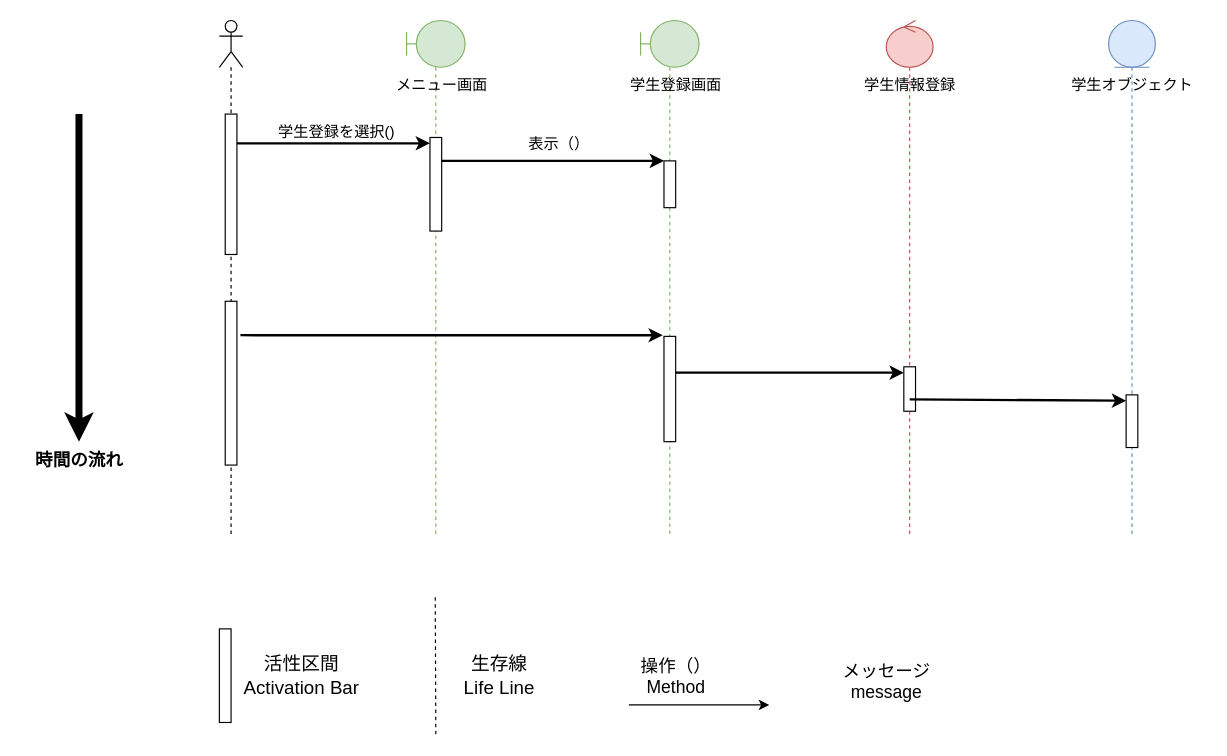
kTaiga1016/ohara_uml keeps this draw.io diagram as 05_web_ronbun/sequence.drawio. Above is the earlier version. Source tidied: cells renumbered, new cells numbered last; positions are measured from the earlier drawing's top-left corner, leaving out a move shared by most shapes. Both pictures are drawn from the tidied source at 117%, with x=0, y=0 at pixel (20, 20).
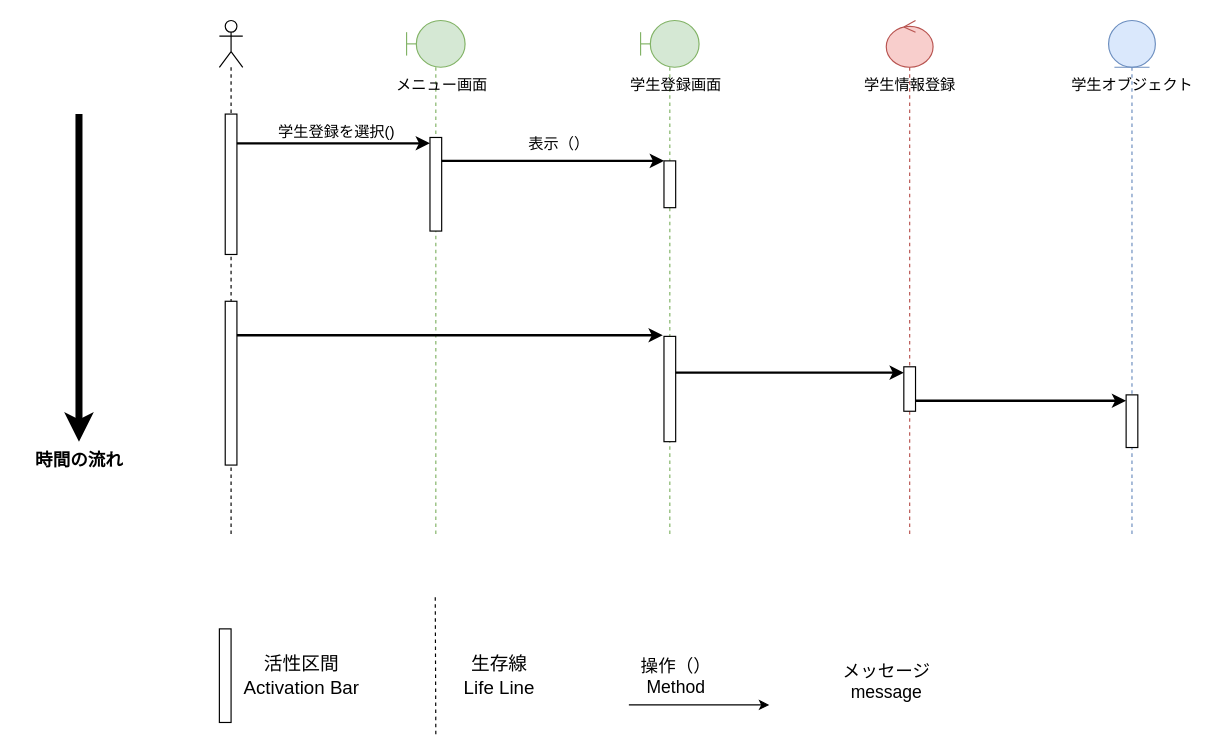
Above is the later version.

Unchanged cells that the change refers to:
```xml
<mxCell id="4" style="html=1;points=[[0,0,0,0,5],[0,1,0,0,-5],[1,0,0,0,5],[1,1,0,0,-5]];perimeter=orthogonalPerimeter;outlineConnect=0;targetShapes=umlLifeline;portConstraint=eastwest;newEdgeStyle={&quot;curved&quot;:0,&quot;rounded&quot;:0};" parent="2" vertex="1">
  <mxGeometry x="5" y="240" width="10" height="140" as="geometry" />
</mxCell>
<mxCell id="9" style="html=1;points=[[0,0,0,0,5],[0,1,0,0,-5],[1,0,0,0,5],[1,1,0,0,-5]];perimeter=orthogonalPerimeter;outlineConnect=0;targetShapes=umlLifeline;portConstraint=eastwest;newEdgeStyle={&quot;curved&quot;:0,&quot;rounded&quot;:0};" parent="7" vertex="1">
  <mxGeometry x="20" y="270" width="10" height="90" as="geometry" />
</mxCell>
<mxCell id="10" style="shape=umlLifeline;perimeter=lifelinePerimeter;whiteSpace=wrap;html=1;outlineConnect=0;portConstraint=eastwest;newEdgeStyle={&quot;curved&quot;:0,&quot;rounded&quot;:0};participant=umlControl;fillColor=#f8cecc;strokeColor=#b85450;" parent="1" vertex="1">
  <mxGeometry x="740" width="40" height="440" as="geometry" />
</mxCell>
<mxCell id="11" style="html=1;points=[[0,0,0,0,5],[0,1,0,0,-5],[1,0,0,0,5],[1,1,0,0,-5]];perimeter=orthogonalPerimeter;outlineConnect=0;targetShapes=umlLifeline;portConstraint=eastwest;newEdgeStyle={&quot;curved&quot;:0,&quot;rounded&quot;:0};" parent="10" vertex="1">
  <mxGeometry x="15" y="296" width="10" height="38" as="geometry" />
</mxCell>
<mxCell id="13" style="html=1;points=[[0,0,0,0,5],[0,1,0,0,-5],[1,0,0,0,5],[1,1,0,0,-5]];perimeter=orthogonalPerimeter;outlineConnect=0;targetShapes=umlLifeline;portConstraint=eastwest;newEdgeStyle={&quot;curved&quot;:0,&quot;rounded&quot;:0};" parent="12" vertex="1">
  <mxGeometry x="15" y="320" width="10" height="45" as="geometry" />
</mxCell>
```

What changed in the source:
```diff
@@
-    <mxCell id="31" style="endArrow=classic;html=1;rounded=0;strokeWidth=2;entryX=-0.1;entryY=-0.011;entryDx=0;entryDy=0;entryPerimeter=0;" parent="1" edge="1" target="9">
-      <mxGeometry relative="1" as="geometry">
-        <mxPoint x="188" y="269" as="sourcePoint" />
-      </mxGeometry>
+    <mxCell id="31" style="endArrow=classic;html=1;rounded=0;strokeWidth=2;entryX=-0.1;entryY=-0.011;entryDx=0;entryDy=0;entryPerimeter=0;" parent="1" edge="1" source="4" target="9">
+      <mxGeometry relative="1" as="geometry" />
     </mxCell>
@@
-    <mxCell id="33" style="endArrow=classic;html=1;rounded=0;strokeWidth=2;entryX=0;entryY=0;entryDx=0;entryDy=5;entryPerimeter=0;exitX=0.5;exitY=0.736;exitDx=0;exitDy=0;exitPerimeter=0;" parent="1" edge="1" source="10" target="13">
+    <mxCell id="33" style="endArrow=classic;html=1;rounded=0;strokeWidth=2;entryX=0;entryY=0;entryDx=0;entryDy=5;entryPerimeter=0;" parent="1" edge="1" source="11" target="13">
       <mxGeometry relative="1" as="geometry" />
     </mxCell>
```
